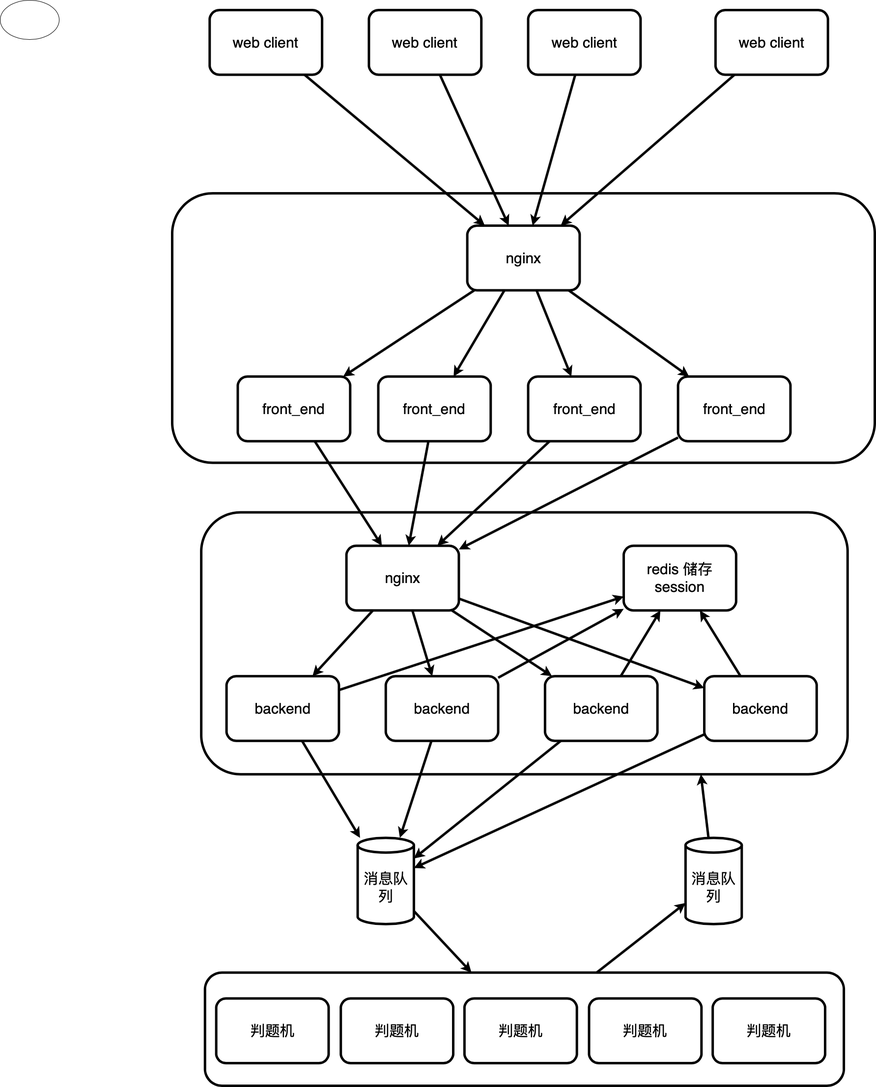
Earlier version of the draw.io export polinoj-arch.png (fightinggg/drawio-data). Source tidied: cells renumbered, new cells last; positions are measured from the earlier drawing's top-left corner, leaving out a move shared by most shapes.
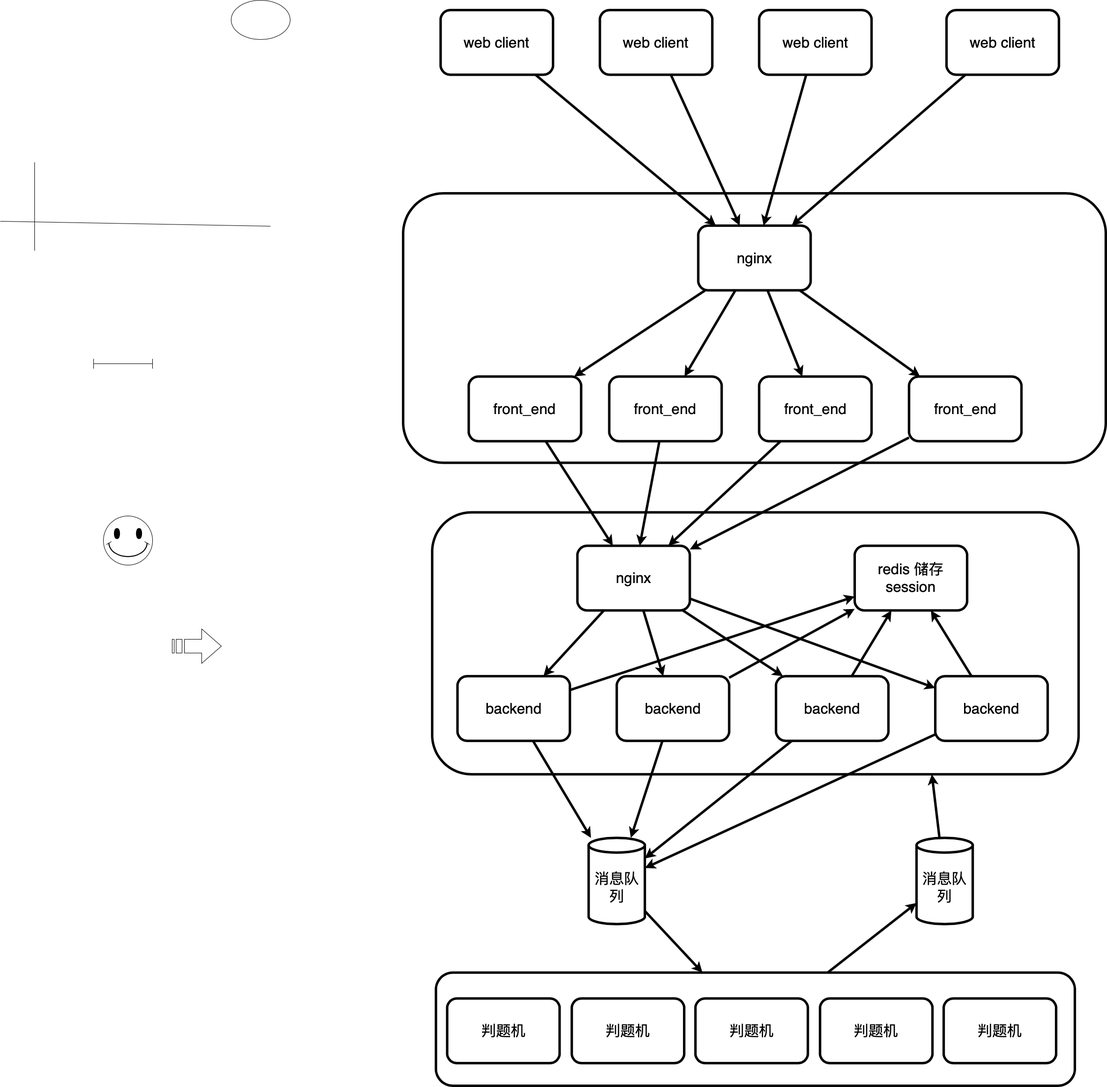
The same file after the commit.

Diff of the diagram source:
```diff
@@ -164,5 +164,26 @@
     <mxCell id="55" style="ellipse;whiteSpace=wrap;html=1;" parent="1" vertex="1">
       <mxGeometry width="120" height="80" as="geometry" />
     </mxCell>
+    <mxCell id="56" style="endArrow=none;html=1;" parent="1" edge="1">
+      <mxGeometry relative="1" as="geometry">
+        <mxPoint x="80" y="460" as="sourcePoint" />
+        <mxPoint x="-470" y="450" as="targetPoint" />
+      </mxGeometry>
+    </mxCell>
+    <mxCell id="57" style="endArrow=none;html=1;" parent="1" edge="1">
+      <mxGeometry relative="1" as="geometry">
+        <mxPoint x="-400" y="510" as="sourcePoint" />
+        <mxPoint x="-400" y="330" as="targetPoint" />
+      </mxGeometry>
+    </mxCell>
+    <mxCell id="58" style="shape=crossbar;whiteSpace=wrap;html=1;rounded=1;" parent="1" vertex="1">
+      <mxGeometry x="-280" y="730" width="120" height="20" as="geometry" />
+    </mxCell>
+    <mxCell id="59" style="verticalLabelPosition=bottom;verticalAlign=top;html=1;shape=mxgraph.basic.smiley;" parent="1" vertex="1">
+      <mxGeometry x="-260" y="1050" width="100" height="100" as="geometry" />
+    </mxCell>
+    <mxCell id="60" style="html=1;shadow=0;dashed=0;align=center;verticalAlign=middle;shape=mxgraph.arrows2.stripedArrow;dy=0.6;dx=40;notch=25;" parent="1" vertex="1">
+      <mxGeometry x="-120" y="1280" width="100" height="70" as="geometry" />
+    </mxCell>
   </root>
 </mxGraphModel>
```
